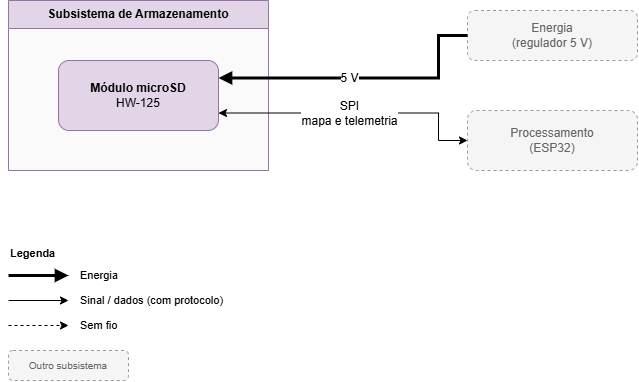
Earlier version of the draw.io export hw/Placa de Integração/Diagrama de blocos/Diagrama de blocos-Armazenamento.drawio.png (fcte-pi1/2026.2_PI1_Grupo2_Hilmer). Source tidied: cells renumbered, new cells last; positions are measured from the earlier drawing's top-left corner, leaving out a move shared by most shapes.
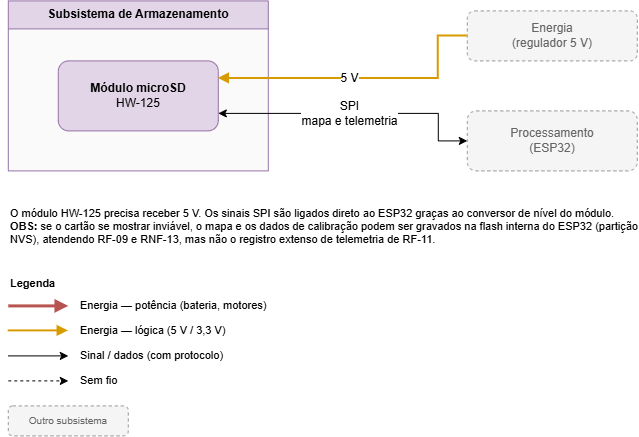
Above is the later version.

Commit message:
[Hardware] Atualiza diagrama de blocos e projeto conceitual para a arquitetura de alimentação definida

The edit, as a diff of the source:
```diff
@@ -14,7 +14,7 @@
     <mxCell id="5" value="Processamento&lt;br&gt;(ESP32)" style="rounded=1;whiteSpace=wrap;html=1;fillColor=#f5f5f5;strokeColor=#999999;dashed=1;fontColor=#666666;" parent="1" vertex="1">
       <mxGeometry x="459" y="110" width="170" height="60" as="geometry" />
     </mxCell>
-    <mxCell id="6" value="&lt;font style=&quot;font-size: 12px;&quot;&gt;5 V&lt;/font&gt;" style="edgeStyle=orthogonalEdgeStyle;rounded=0;jettySize=auto;html=1;labelBackgroundColor=#FFFFFF;fontSize=10;strokeWidth=3;endArrow=block;endFill=1;exitX=0;exitY=0.5;exitDx=0;exitDy=0;entryX=1;entryY=0.25;entryDx=0;entryDy=0;" parent="1" edge="1" source="4" target="3">
+    <mxCell id="6" value="&lt;font style=&quot;font-size: 12px;&quot;&gt;5 V&lt;/font&gt;" style="edgeStyle=orthogonalEdgeStyle;rounded=0;jettySize=auto;html=1;labelBackgroundColor=#FFFFFF;fontSize=10;strokeWidth=2;strokeColor=#D79B00;endArrow=block;endFill=1;exitX=0;exitY=0.5;exitDx=0;exitDy=0;entryX=1;entryY=0.25;entryDx=0;entryDy=0;" parent="1" edge="1" source="4" target="3">
       <mxGeometry x="0.11" relative="1" as="geometry">
         <Array as="points">
           <mxPoint x="430" y="35" />
@@ -33,37 +33,49 @@
       </mxGeometry>
     </mxCell>
     <mxCell id="8" value="&lt;b&gt;Legenda&lt;/b&gt;" style="text;html=1;align=left;verticalAlign=top;whiteSpace=wrap;fontSize=11;" parent="1" vertex="1">
-      <mxGeometry y="240" width="200" height="20" as="geometry" />
+      <mxGeometry y="270" width="200" height="20" as="geometry" />
     </mxCell>
-    <mxCell id="9" style="edgeStyle=orthogonalEdgeStyle;rounded=0;orthogonalLoop=1;jettySize=auto;html=1;labelBackgroundColor=#FFFFFF;fontSize=10;strokeWidth=3;endArrow=block;endFill=1;" parent="1" edge="1">
+    <mxCell id="9" style="edgeStyle=orthogonalEdgeStyle;rounded=0;orthogonalLoop=1;jettySize=auto;html=1;labelBackgroundColor=#FFFFFF;fontSize=10;strokeWidth=3;strokeColor=#B85450;endArrow=block;endFill=1;" parent="1" edge="1">
       <mxGeometry relative="1" as="geometry">
-        <mxPoint y="275" as="sourcePoint" />
-        <mxPoint x="60" y="275" as="targetPoint" />
+        <mxPoint y="305" as="sourcePoint" />
+        <mxPoint x="60" y="305" as="targetPoint" />
       </mxGeometry>
     </mxCell>
-    <mxCell id="10" value="Energia" style="text;html=1;align=left;verticalAlign=top;whiteSpace=wrap;fontSize=11;verticalAlign=middle;" parent="1" vertex="1">
-      <mxGeometry x="70" y="265" width="200" height="20" as="geometry" />
+    <mxCell id="10" value="Energia — potência (bateria, motores)" style="text;html=1;align=left;verticalAlign=top;whiteSpace=wrap;fontSize=11;verticalAlign=middle;" parent="1" vertex="1">
+      <mxGeometry x="70" y="295" width="240" height="20" as="geometry" />
     </mxCell>
     <mxCell id="11" style="edgeStyle=orthogonalEdgeStyle;rounded=0;orthogonalLoop=1;jettySize=auto;html=1;labelBackgroundColor=#FFFFFF;fontSize=10;strokeWidth=1;endArrow=classic;endFill=1;" parent="1" edge="1">
       <mxGeometry relative="1" as="geometry">
-        <mxPoint y="300" as="sourcePoint" />
-        <mxPoint x="60" y="300" as="targetPoint" />
+        <mxPoint y="355" as="sourcePoint" />
+        <mxPoint x="60" y="355" as="targetPoint" />
       </mxGeometry>
     </mxCell>
     <mxCell id="12" value="Sinal / dados (com protocolo)" style="text;html=1;align=left;verticalAlign=top;whiteSpace=wrap;fontSize=11;verticalAlign=middle;" parent="1" vertex="1">
-      <mxGeometry x="70" y="290" width="200" height="20" as="geometry" />
+      <mxGeometry x="70" y="345" width="200" height="20" as="geometry" />
     </mxCell>
     <mxCell id="13" style="edgeStyle=orthogonalEdgeStyle;rounded=0;orthogonalLoop=1;jettySize=auto;html=1;labelBackgroundColor=#FFFFFF;fontSize=10;strokeWidth=1;endArrow=classic;endFill=1;dashed=1;" parent="1" edge="1">
       <mxGeometry relative="1" as="geometry">
-        <mxPoint y="325" as="sourcePoint" />
-        <mxPoint x="60" y="325" as="targetPoint" />
+        <mxPoint y="380" as="sourcePoint" />
+        <mxPoint x="60" y="380" as="targetPoint" />
       </mxGeometry>
     </mxCell>
     <mxCell id="14" value="Sem fio" style="text;html=1;align=left;verticalAlign=top;whiteSpace=wrap;fontSize=11;verticalAlign=middle;" parent="1" vertex="1">
-      <mxGeometry x="70" y="315" width="200" height="20" as="geometry" />
+      <mxGeometry x="70" y="370" width="200" height="20" as="geometry" />
     </mxCell>
     <mxCell id="15" value="Outro subsistema" style="rounded=1;whiteSpace=wrap;html=1;fillColor=#f5f5f5;strokeColor=#999999;dashed=1;fontColor=#666666;fontSize=10;" parent="1" vertex="1">
-      <mxGeometry y="350" width="120" height="30" as="geometry" />
+      <mxGeometry y="405" width="120" height="30" as="geometry" />
     </mxCell>
+    <mxCell id="16" value="O módulo HW-125 precisa receber 5 V. Os sinais SPI são ligados direto ao ESP32 graças ao conversor de nível do módulo.&amp;nbsp;&lt;div&gt;&lt;b&gt;OBS:&lt;/b&gt; se o cartão se mostrar inviável, o mapa e os dados de calibração podem ser gravados na flash interna do ESP32 (partição NVS), atendendo RF-09 e RNF-13, mas não o registro extenso de telemetria de RF-11.&lt;/div&gt;" style="text;html=1;align=left;verticalAlign=top;whiteSpace=wrap;fontSize=11;" parent="1" vertex="1">
+      <mxGeometry y="200" width="630" height="70" as="geometry" />
+    </mxCell>
+    <mxCell id="17" style="edgeStyle=orthogonalEdgeStyle;rounded=0;orthogonalLoop=1;jettySize=auto;html=1;labelBackgroundColor=#FFFFFF;fontSize=10;strokeWidth=2;strokeColor=#D79B00;endArrow=block;endFill=1;" parent="1" edge="1">
+      <mxGeometry relative="1" as="geometry">
+        <mxPoint y="330" as="sourcePoint" />
+        <mxPoint x="60" y="330" as="targetPoint" />
+      </mxGeometry>
+    </mxCell>
+    <mxCell id="18" value="Energia — lógica (5 V / 3,3 V)" style="text;html=1;align=left;verticalAlign=top;whiteSpace=wrap;fontSize=11;verticalAlign=middle;" parent="1" vertex="1">
+      <mxGeometry x="70" y="320" width="240" height="20" as="geometry" />
+    </mxCell>
   </root>
 </mxGraphModel>
```
